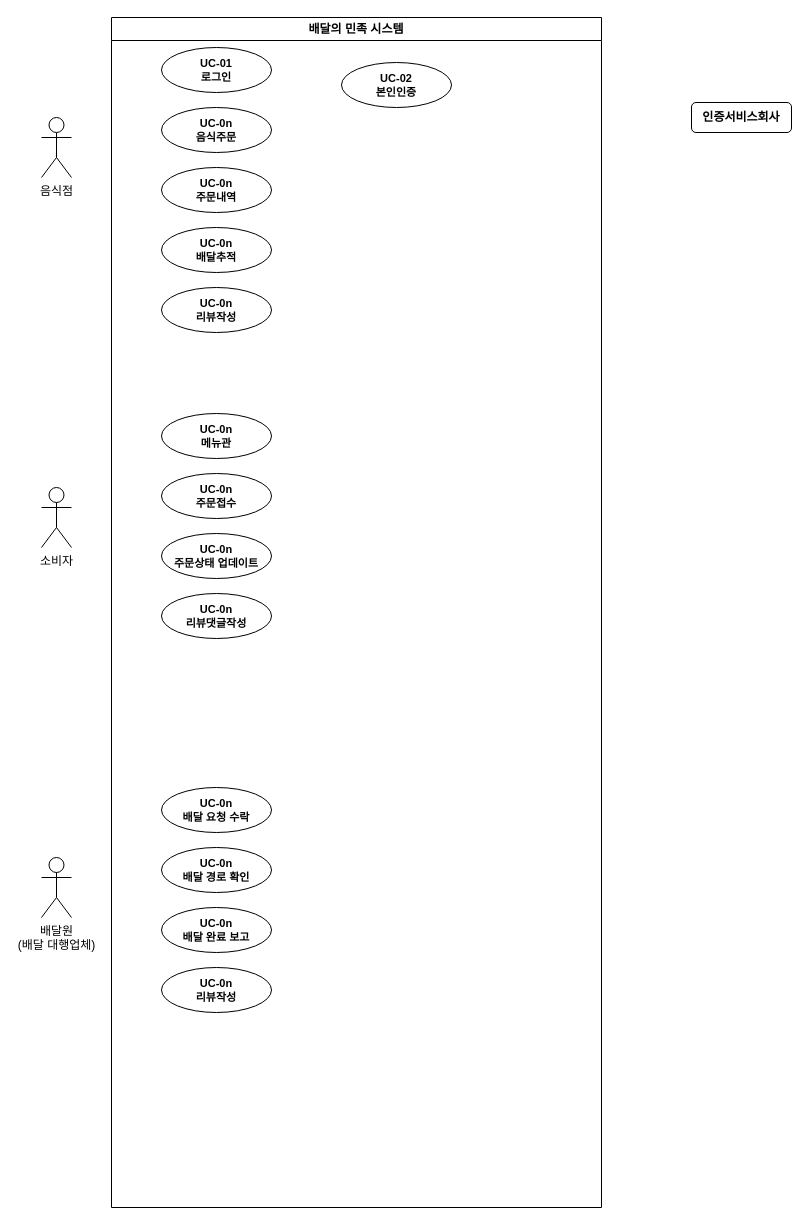
Earlier version of the draw.io diagram 소웨공 기말.drawio (hyun10144/Lecture3-1). Source tidied: cells renumbered, new cells numbered last; positions are measured from the earlier drawing's top-left corner, leaving out a move shared by most shapes. Both pictures are drawn from the tidied source at 100%, with x=0, y=0 at pixel (41, 17).
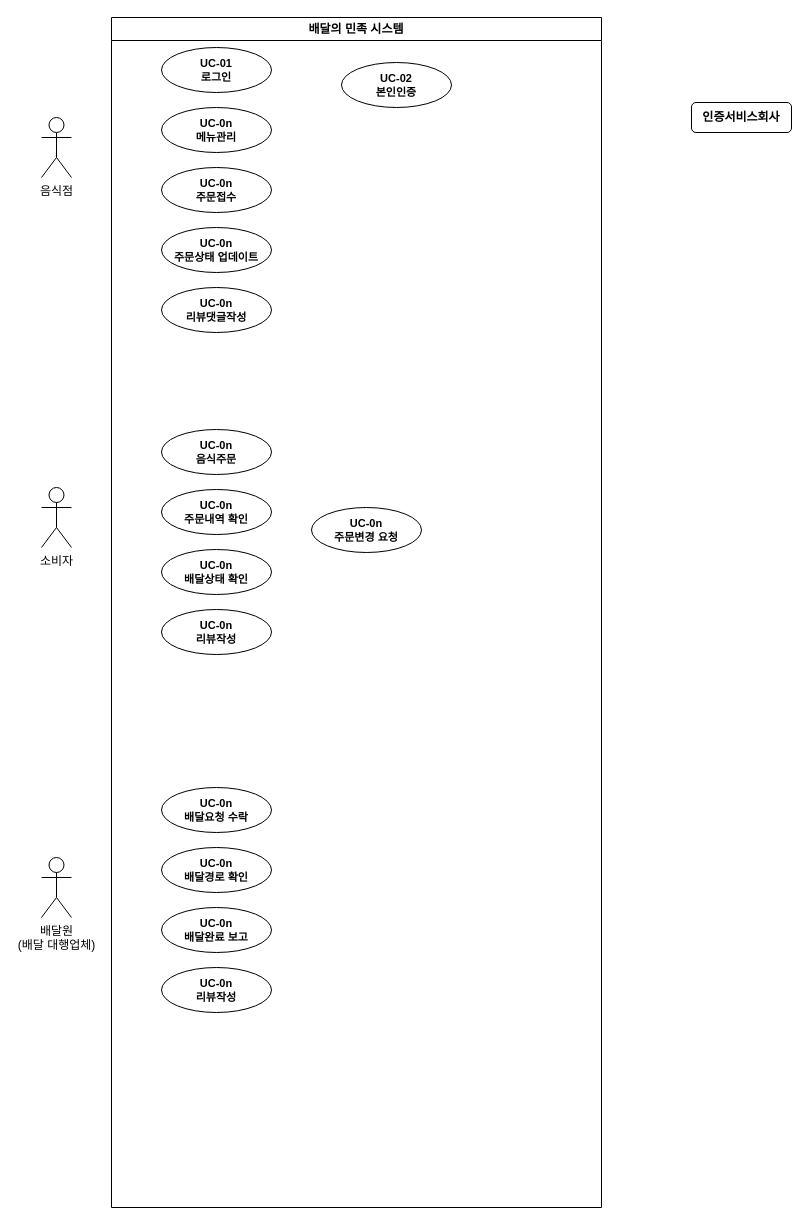
Above is the later version.

Commit message:
소웨공 기말.drawio 업데이트

Unchanged cells that the change refers to:
```xml
<mxCell id="2" value="배달의 민족 시스템" style="swimlane;whiteSpace=wrap;html=1;" parent="1" vertex="1">
  <mxGeometry x="70" width="490" height="1190" as="geometry" />
</mxCell>
```

Diff of the diagram source:
```diff
@@
-    <mxCell id="4" value="&lt;div&gt;&lt;b&gt;UC-0n&lt;/b&gt;&lt;/div&gt;&lt;b&gt;메뉴관&lt;/b&gt;" style="ellipse;whiteSpace=wrap;html=1;fontFamily=Helvetica;fontSize=11;fontColor=default;labelBackgroundColor=default;" parent="2" vertex="1">
-      <mxGeometry x="50" y="396" width="110" height="45" as="geometry" />
+    <mxCell id="4" value="&lt;div&gt;&lt;b&gt;UC-0n&lt;/b&gt;&lt;/div&gt;&lt;b&gt;메뉴관리&lt;/b&gt;" style="ellipse;whiteSpace=wrap;html=1;fontFamily=Helvetica;fontSize=11;fontColor=default;labelBackgroundColor=default;" parent="2" vertex="1">
+      <mxGeometry x="50" y="90" width="110" height="45" as="geometry" />
     </mxCell>
     <mxCell id="5" value="&lt;div&gt;&lt;b&gt;UC-0n&lt;/b&gt;&lt;/div&gt;&lt;b&gt;주문접수&lt;/b&gt;" style="ellipse;whiteSpace=wrap;html=1;fontFamily=Helvetica;fontSize=11;fontColor=default;labelBackgroundColor=default;" parent="2" vertex="1">
-      <mxGeometry x="50" y="456" width="110" height="45" as="geometry" />
+      <mxGeometry x="50" y="150" width="110" height="45" as="geometry" />
     </mxCell>
     <mxCell id="6" value="&lt;div&gt;&lt;b&gt;UC-0n&lt;/b&gt;&lt;/div&gt;&lt;b&gt;주문상태 업데이트&lt;/b&gt;" style="ellipse;whiteSpace=wrap;html=1;fontFamily=Helvetica;fontSize=11;fontColor=default;labelBackgroundColor=default;" parent="2" vertex="1">
-      <mxGeometry x="50" y="516" width="110" height="45" as="geometry" />
+      <mxGeometry x="50" y="210" width="110" height="45" as="geometry" />
     </mxCell>
@@
     <mxCell id="8" value="&lt;div&gt;&lt;b&gt;UC-0n&lt;/b&gt;&lt;/div&gt;&lt;b&gt;리뷰댓글작성&lt;/b&gt;" style="ellipse;whiteSpace=wrap;html=1;fontFamily=Helvetica;fontSize=11;fontColor=default;labelBackgroundColor=default;" parent="2" vertex="1">
-      <mxGeometry x="50" y="576" width="110" height="45" as="geometry" />
+      <mxGeometry x="50" y="270" width="110" height="45" as="geometry" />
     </mxCell>
     <mxCell id="9" value="&lt;div&gt;&lt;b&gt;UC-0n&lt;/b&gt;&lt;/div&gt;&lt;b&gt;음식주문&lt;/b&gt;" style="ellipse;whiteSpace=wrap;html=1;fontFamily=Helvetica;fontSize=11;fontColor=default;labelBackgroundColor=default;" parent="2" vertex="1">
-      <mxGeometry x="50" y="90" width="110" height="45" as="geometry" />
+      <mxGeometry x="50" y="412" width="110" height="45" as="geometry" />
     </mxCell>
-    <mxCell id="10" value="&lt;div&gt;&lt;b&gt;UC-0n&lt;/b&gt;&lt;/div&gt;&lt;b&gt;주문내역&lt;/b&gt;" style="ellipse;whiteSpace=wrap;html=1;fontFamily=Helvetica;fontSize=11;fontColor=default;labelBackgroundColor=default;" parent="2" vertex="1">
-      <mxGeometry x="50" y="150" width="110" height="45" as="geometry" />
+    <mxCell id="10" value="&lt;div&gt;&lt;b&gt;UC-0n&lt;/b&gt;&lt;/div&gt;&lt;b&gt;주문내역 확인&lt;/b&gt;" style="ellipse;whiteSpace=wrap;html=1;fontFamily=Helvetica;fontSize=11;fontColor=default;labelBackgroundColor=default;" parent="2" vertex="1">
+      <mxGeometry x="50" y="472" width="110" height="45" as="geometry" />
     </mxCell>
-    <mxCell id="11" value="&lt;div&gt;&lt;b&gt;UC-0n&lt;/b&gt;&lt;/div&gt;&lt;b&gt;배달추적&lt;/b&gt;" style="ellipse;whiteSpace=wrap;html=1;fontFamily=Helvetica;fontSize=11;fontColor=default;labelBackgroundColor=default;" parent="2" vertex="1">
-      <mxGeometry x="50" y="210" width="110" height="45" as="geometry" />
+    <mxCell id="11" value="&lt;div&gt;&lt;b&gt;UC-0n&lt;/b&gt;&lt;/div&gt;&lt;b&gt;배달상태 확인&lt;/b&gt;" style="ellipse;whiteSpace=wrap;html=1;fontFamily=Helvetica;fontSize=11;fontColor=default;labelBackgroundColor=default;" parent="2" vertex="1">
+      <mxGeometry x="50" y="532" width="110" height="45" as="geometry" />
     </mxCell>
     <mxCell id="12" value="&lt;div&gt;&lt;b&gt;UC-0n&lt;/b&gt;&lt;/div&gt;&lt;b&gt;리뷰작성&lt;/b&gt;" style="ellipse;whiteSpace=wrap;html=1;fontFamily=Helvetica;fontSize=11;fontColor=default;labelBackgroundColor=default;" parent="2" vertex="1">
-      <mxGeometry x="50" y="270" width="110" height="45" as="geometry" />
+      <mxGeometry x="50" y="592" width="110" height="45" as="geometry" />
     </mxCell>
-    <mxCell id="13" value="&lt;div&gt;&lt;b&gt;UC-0n&lt;/b&gt;&lt;/div&gt;&lt;b&gt;배달 요청 수락&lt;/b&gt;" style="ellipse;whiteSpace=wrap;html=1;fontFamily=Helvetica;fontSize=11;fontColor=default;labelBackgroundColor=default;" parent="2" vertex="1">
+    <mxCell id="13" value="&lt;div&gt;&lt;b&gt;UC-0n&lt;/b&gt;&lt;/div&gt;&lt;b&gt;배달요청 수락&lt;/b&gt;" style="ellipse;whiteSpace=wrap;html=1;fontFamily=Helvetica;fontSize=11;fontColor=default;labelBackgroundColor=default;" parent="2" vertex="1">
       <mxGeometry x="50" y="770" width="110" height="45" as="geometry" />
     </mxCell>
-    <mxCell id="14" value="&lt;div&gt;&lt;b&gt;UC-0n&lt;/b&gt;&lt;/div&gt;&lt;b&gt;배달 경로 확인&lt;/b&gt;" style="ellipse;whiteSpace=wrap;html=1;fontFamily=Helvetica;fontSize=11;fontColor=default;labelBackgroundColor=default;" parent="2" vertex="1">
+    <mxCell id="14" value="&lt;div&gt;&lt;b&gt;UC-0n&lt;/b&gt;&lt;/div&gt;&lt;b&gt;배달경로 확인&lt;/b&gt;" style="ellipse;whiteSpace=wrap;html=1;fontFamily=Helvetica;fontSize=11;fontColor=default;labelBackgroundColor=default;" parent="2" vertex="1">
       <mxGeometry x="50" y="830" width="110" height="45" as="geometry" />
     </mxCell>
-    <mxCell id="15" value="&lt;div&gt;&lt;b&gt;UC-0n&lt;/b&gt;&lt;/div&gt;&lt;b&gt;배달 완료 보고&lt;/b&gt;" style="ellipse;whiteSpace=wrap;html=1;fontFamily=Helvetica;fontSize=11;fontColor=default;labelBackgroundColor=default;" parent="2" vertex="1">
+    <mxCell id="15" value="&lt;div&gt;&lt;b&gt;UC-0n&lt;/b&gt;&lt;/div&gt;&lt;b&gt;배달완료 보고&lt;/b&gt;" style="ellipse;whiteSpace=wrap;html=1;fontFamily=Helvetica;fontSize=11;fontColor=default;labelBackgroundColor=default;" parent="2" vertex="1">
       <mxGeometry x="50" y="890" width="110" height="45" as="geometry" />
     </mxCell>
@@
+    <mxCell id="21" value="&lt;div&gt;&lt;b&gt;UC-0n&lt;/b&gt;&lt;/div&gt;&lt;b&gt;주문변경 요청&lt;/b&gt;" style="ellipse;whiteSpace=wrap;html=1;fontFamily=Helvetica;fontSize=11;fontColor=default;labelBackgroundColor=default;" parent="2" vertex="1">
+      <mxGeometry x="200" y="490" width="110" height="45" as="geometry" />
+    </mxCell>
```
